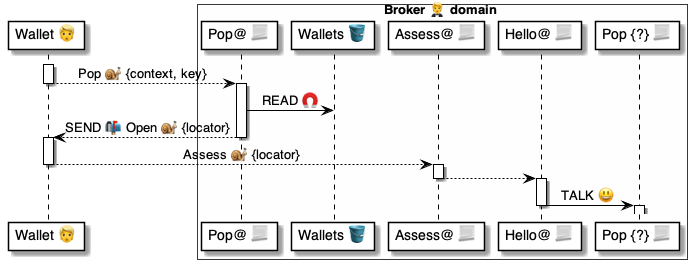
Earlier version of the PlantUML export 4 ⚙️ Solution/20 🧑‍🦰 UI/Brokers 🤵/🤵🅰️ Broker methods/Wallets 🧑‍🦰 Pop 🧑‍🦰🐌🤵/🤵 Pop ⚙️ uml.png (pollyweb-org/pollyweb-docs). Its source is kept beside it as 4 ⚙️ Solution/20 🧑‍🦰 UI/Brokers 🤵/🤵🅰️ Broker methods/Wallets 🧑‍🦰 Pop 🧑‍🦰🐌🤵/🤵 Pop ⚙️ uml.puml.
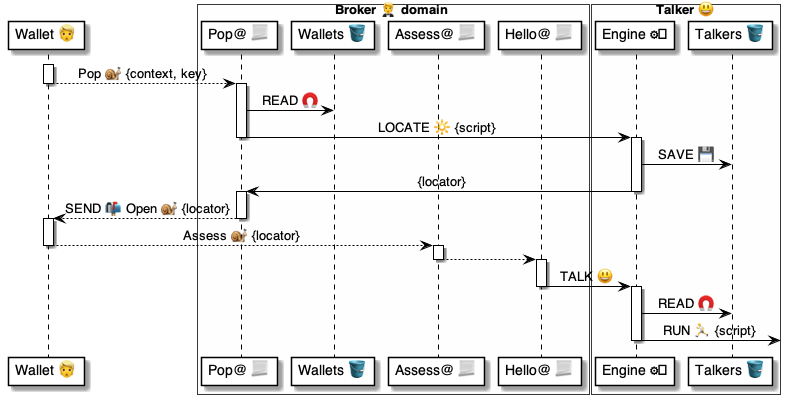
After the change.

Diff of the diagram source:
```diff
@@ -7,19 +7,29 @@
     participant "Wallets 🪣" as wallets
     participant "Assess@ 📃" as assess
     participant "Hello@ 📃" as introduced
-    participant "Pop {?} 📃" as popX
 end box
 
+box "Talker 😃" #FFFFFA
+    participant "Engine ⚙️" as engine
+    participant "Talkers 🪣" as talkers
+end box
 
 
 activate wallet
     wallet --> pop: Pop 🐌 {context, key}
 deactivate wallet
 
+activate pop
+    pop -> wallets: READ 🧲
+    pop -> engine: LOCATE 🔆 {script}
+deactivate pop
 
+activate engine
+    engine -> talkers: SAVE 💾
+    engine -> pop: {locator}
+deactivate engine
 
 activate pop
-    pop -> wallets: READ 🧲
     pop --> wallet: SEND 📬 Open 🐌 {locator}
 deactivate pop
 
@@ -32,11 +42,13 @@
 deactivate assess
 
 activate introduced
-    introduced -> popX: TALK 😃
+    introduced -> engine: TALK 😃
 deactivate introduced
 
-activate popX
-deactivate popX
 
+activate engine
+    engine -> talkers: READ 🧲
+    engine -> : RUN 🏃 {script}
+deactivate engine
 
 @enduml
```
